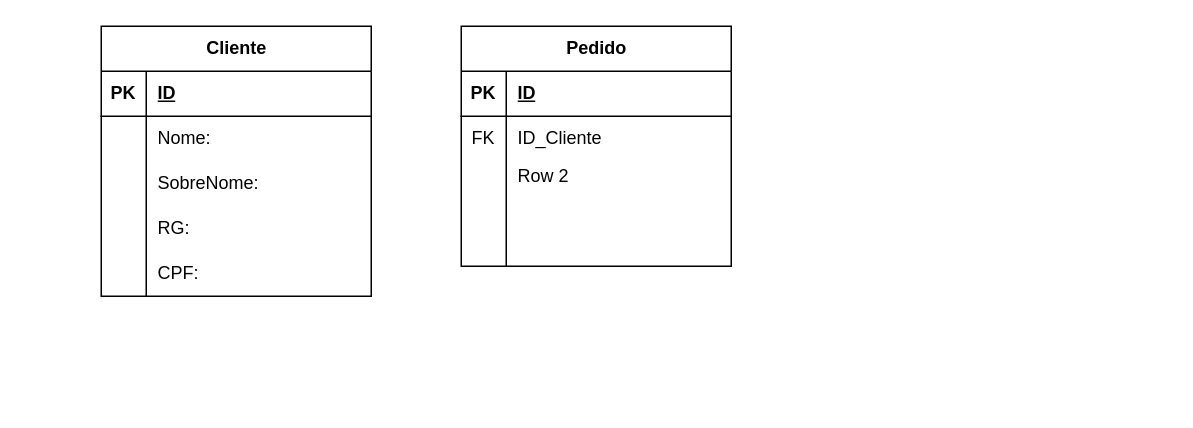
Rennque/teste keeps this draw.io diagram as Diagrama sem nome.drawio. Above is the earlier version. Source tidied: cells renumbered, new cells numbered last; positions are measured from the earlier drawing's top-left corner, leaving out a move shared by most shapes. Both pictures are drawn from the tidied source at 150%, with x=0, y=0 at pixel (100, 26).
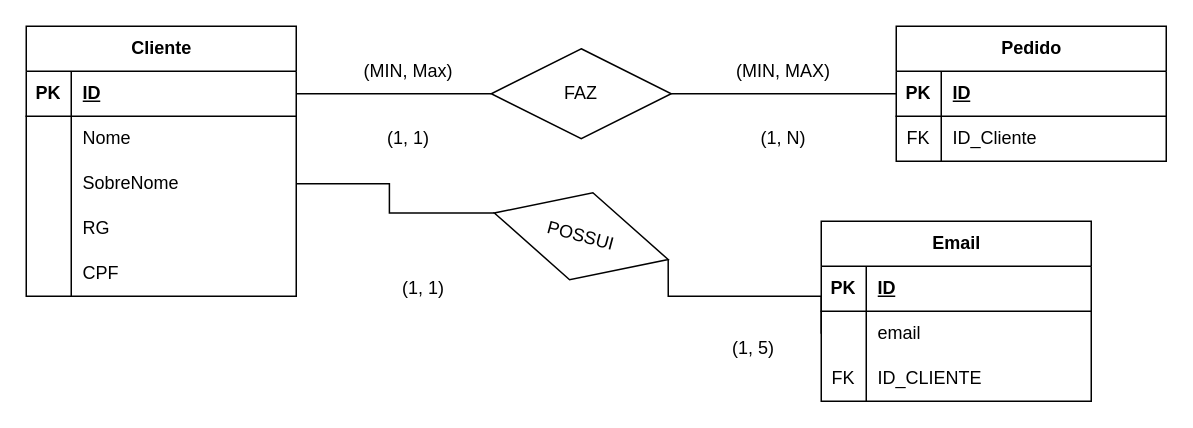
The same diagram, later.

The change refers to these unchanged cells:
```xml
<mxCell id="3" style="shape=tableRow;horizontal=0;startSize=0;swimlaneHead=0;swimlaneBody=0;fillColor=none;points=[[0,0.5],[1,0.5]];portConstraint=eastwest;top=0;left=0;right=0;bottom=1;" parent="2" vertex="1">
  <mxGeometry y="30" width="180" height="30" as="geometry" />
</mxCell>
<mxCell id="19" style="shape=tableRow;horizontal=0;startSize=0;swimlaneHead=0;swimlaneBody=0;fillColor=none;points=[[0,0.5],[1,0.5]];portConstraint=eastwest;top=0;left=0;right=0;bottom=1;" parent="18" vertex="1">
  <mxGeometry y="30" width="180" height="30" as="geometry" />
</mxCell>
<mxCell id="22" style="shape=tableRow;horizontal=0;startSize=0;swimlaneHead=0;swimlaneBody=0;fillColor=none;top=0;left=0;right=0;bottom=0;" parent="18" vertex="1">
  <mxGeometry y="60" width="180" height="30" as="geometry" />
</mxCell>
<mxCell id="25" style="shape=tableRow;horizontal=0;startSize=0;swimlaneHead=0;swimlaneBody=0;fillColor=none;points=[[0,0.5],[1,0.5]];portConstraint=eastwest;top=0;left=0;right=0;bottom=0;" parent="18" vertex="1">
  <mxGeometry y="90" width="180" height="30" as="geometry" />
</mxCell>
<mxCell id="28" style="shape=tableRow;horizontal=0;startSize=0;swimlaneHead=0;swimlaneBody=0;fillColor=none;top=0;left=0;right=0;bottom=0;" parent="18" vertex="1">
  <mxGeometry y="120" width="180" height="30" as="geometry" />
</mxCell>
<mxCell id="31" style="shape=tableRow;horizontal=0;startSize=0;swimlaneHead=0;swimlaneBody=0;fillColor=none;top=0;left=0;right=0;bottom=0;" parent="18" vertex="1">
  <mxGeometry y="150" width="180" height="30" as="geometry" />
</mxCell>
```

What changed in the source:
```diff
@@
     <mxCell id="2" value="Pedido" style="shape=table;startSize=30;childLayout=tableLayout;rowLines=0;fontStyle=1;align=center;html=1;" parent="1" vertex="1">
-      <mxGeometry x="240" width="180" height="160" as="geometry" />
+      <mxGeometry x="530" width="180" height="90" as="geometry" />
     </mxCell>
@@
-    <mxCell id="9" style="shape=tableRow;horizontal=0;startSize=0;swimlaneHead=0;swimlaneBody=0;fillColor=none;top=0;left=0;right=0;bottom=0;" parent="2" vertex="1">
-      <mxGeometry y="90" width="180" height="20" as="geometry" />
-    </mxCell>
-    <mxCell id="10" style="shape=partialRectangle;fillColor=none;top=0;left=0;bottom=0;right=0;overflow=hidden;whiteSpace=wrap;html=1;" parent="9" vertex="1">
-      <mxGeometry width="30" height="20" as="geometry" />
-    </mxCell>
-    <mxCell id="11" value="Row 2" style="shape=partialRectangle;fillColor=none;top=0;left=0;bottom=0;right=0;align=left;spacingLeft=6;overflow=hidden;whiteSpace=wrap;html=1;" parent="9" vertex="1">
-      <mxGeometry x="30" width="150" height="20" as="geometry" />
-    </mxCell>
-    <mxCell id="12" style="shape=tableRow;horizontal=0;startSize=0;swimlaneHead=0;swimlaneBody=0;fillColor=none;top=0;left=0;right=0;bottom=0;" parent="2" vertex="1">
-      <mxGeometry y="110" width="180" height="20" as="geometry" />
-    </mxCell>
-    <mxCell id="13" style="shape=partialRectangle;fillColor=none;top=0;left=0;bottom=0;right=0;overflow=hidden;whiteSpace=wrap;html=1;" parent="12" vertex="1">
-      <mxGeometry width="30" height="20" as="geometry" />
-    </mxCell>
-    <mxCell id="14" style="shape=partialRectangle;fillColor=none;top=0;left=0;bottom=0;right=0;align=left;spacingLeft=6;overflow=hidden;whiteSpace=wrap;html=1;" parent="12" vertex="1">
-      <mxGeometry x="30" width="150" height="20" as="geometry" />
-    </mxCell>
-    <mxCell id="15" style="shape=tableRow;horizontal=0;startSize=0;swimlaneHead=0;swimlaneBody=0;fillColor=none;top=0;left=0;right=0;bottom=0;" parent="2" vertex="1">
-      <mxGeometry y="130" width="180" height="30" as="geometry" />
-    </mxCell>
-    <mxCell id="16" style="shape=partialRectangle;fillColor=none;top=0;left=0;bottom=0;right=0;overflow=hidden;whiteSpace=wrap;html=1;" parent="15" vertex="1">
-      <mxGeometry width="30" height="30" as="geometry" />
-    </mxCell>
-    <mxCell id="17" style="shape=partialRectangle;fillColor=none;top=0;left=0;bottom=0;right=0;align=left;spacingLeft=6;overflow=hidden;whiteSpace=wrap;html=1;" parent="15" vertex="1">
-      <mxGeometry x="30" width="150" height="30" as="geometry" />
-    </mxCell>
     <mxCell id="18" value="Cliente" style="shape=table;startSize=30;childLayout=tableLayout;rowLines=0;fontStyle=1;align=center;html=1;" parent="1" vertex="1">
-      <mxGeometry width="180" height="180" as="geometry" />
+      <mxGeometry x="-50" width="180" height="180" as="geometry" />
     </mxCell>
@@
-    <mxCell id="24" value="Nome:" style="shape=partialRectangle;fillColor=none;top=0;left=0;bottom=0;right=0;align=left;spacingLeft=6;overflow=hidden;whiteSpace=wrap;html=1;" parent="22" vertex="1">
+    <mxCell id="24" value="Nome" style="shape=partialRectangle;fillColor=none;top=0;left=0;bottom=0;right=0;align=left;spacingLeft=6;overflow=hidden;whiteSpace=wrap;html=1;" parent="22" vertex="1">
       <mxGeometry x="30" width="150" height="30" as="geometry" />
     </mxCell>
@@
-    <mxCell id="27" value="SobreNome:" style="shape=partialRectangle;fillColor=none;top=0;left=0;bottom=0;right=0;align=left;spacingLeft=6;overflow=hidden;whiteSpace=wrap;html=1;" parent="25" vertex="1">
+    <mxCell id="27" value="SobreNome" style="shape=partialRectangle;fillColor=none;top=0;left=0;bottom=0;right=0;align=left;spacingLeft=6;overflow=hidden;whiteSpace=wrap;html=1;" parent="25" vertex="1">
       <mxGeometry x="30" width="150" height="30" as="geometry" />
     </mxCell>
@@
-    <mxCell id="30" value="RG:" style="shape=partialRectangle;fillColor=none;top=0;left=0;bottom=0;right=0;align=left;spacingLeft=6;overflow=hidden;whiteSpace=wrap;html=1;" parent="28" vertex="1">
+    <mxCell id="30" value="RG" style="shape=partialRectangle;fillColor=none;top=0;left=0;bottom=0;right=0;align=left;spacingLeft=6;overflow=hidden;whiteSpace=wrap;html=1;" parent="28" vertex="1">
       <mxGeometry x="30" width="150" height="30" as="geometry" />
     </mxCell>
@@
-    <mxCell id="33" value="CPF:" style="shape=partialRectangle;fillColor=none;top=0;left=0;bottom=0;right=0;align=left;spacingLeft=6;overflow=hidden;whiteSpace=wrap;html=1;" parent="31" vertex="1">
+    <mxCell id="33" value="CPF" style="shape=partialRectangle;fillColor=none;top=0;left=0;bottom=0;right=0;align=left;spacingLeft=6;overflow=hidden;whiteSpace=wrap;html=1;" parent="31" vertex="1">
       <mxGeometry x="30" width="150" height="30" as="geometry" />
     </mxCell>
+    <mxCell id="34" style="edgeStyle=orthogonalEdgeStyle;rounded=0;jettySize=auto;html=1;endArrow=none;endFill=0;" parent="1" edge="1" source="35" target="3">
+      <mxGeometry relative="1" as="geometry" />
+    </mxCell>
+    <mxCell id="35" value="FAZ" style="shape=rhombus;perimeter=rhombusPerimeter;whiteSpace=wrap;html=1;align=center;" parent="1" vertex="1">
+      <mxGeometry x="260" y="15" width="120" height="60" as="geometry" />
+    </mxCell>
+    <mxCell id="36" style="edgeStyle=orthogonalEdgeStyle;rounded=0;jettySize=auto;html=1;entryX=0;entryY=0.5;entryDx=0;entryDy=0;endArrow=none;endFill=0;" parent="1" edge="1" source="19" target="35">
+      <mxGeometry relative="1" as="geometry" />
+    </mxCell>
+    <mxCell id="37" value="(MIN, Max)" style="text;html=1;strokeColor=none;fillColor=none;align=center;verticalAlign=middle;whiteSpace=wrap;rounded=0;" parent="1" vertex="1">
+      <mxGeometry x="170" y="15" width="70" height="30" as="geometry" />
+    </mxCell>
+    <mxCell id="38" value="(MIN, MAX)" style="text;html=1;strokeColor=none;fillColor=none;align=center;verticalAlign=middle;whiteSpace=wrap;rounded=0;" parent="1" vertex="1">
+      <mxGeometry x="420" y="15" width="70" height="30" as="geometry" />
+    </mxCell>
+    <mxCell id="39" value="(1, 1)" style="text;html=1;strokeColor=none;fillColor=none;align=center;verticalAlign=middle;whiteSpace=wrap;rounded=0;" parent="1" vertex="1">
+      <mxGeometry x="170" y="60" width="70" height="30" as="geometry" />
+    </mxCell>
+    <mxCell id="40" value="(1, N)" style="text;html=1;strokeColor=none;fillColor=none;align=center;verticalAlign=middle;whiteSpace=wrap;rounded=0;" parent="1" vertex="1">
+      <mxGeometry x="420" y="60" width="70" height="30" as="geometry" />
+    </mxCell>
+    <mxCell id="41" value="Email" style="shape=table;startSize=30;childLayout=tableLayout;rowLines=0;fontStyle=1;align=center;html=1;" parent="1" vertex="1">
+      <mxGeometry x="480" y="130" width="180" height="120" as="geometry" />
+    </mxCell>
+    <mxCell id="42" style="shape=tableRow;horizontal=0;startSize=0;swimlaneHead=0;swimlaneBody=0;fillColor=none;top=0;left=0;right=0;bottom=1;" parent="41" vertex="1">
+      <mxGeometry y="30" width="180" height="30" as="geometry" />
+    </mxCell>
+    <mxCell id="43" value="PK" style="shape=partialRectangle;fillColor=none;top=0;left=0;bottom=0;right=0;fontStyle=1;overflow=hidden;whiteSpace=wrap;html=1;" parent="42" vertex="1">
+      <mxGeometry width="30" height="30" as="geometry" />
+    </mxCell>
+    <mxCell id="44" value="ID" style="shape=partialRectangle;fillColor=none;top=0;left=0;bottom=0;right=0;align=left;spacingLeft=6;fontStyle=5;overflow=hidden;whiteSpace=wrap;html=1;" parent="42" vertex="1">
+      <mxGeometry x="30" width="150" height="30" as="geometry" />
+    </mxCell>
+    <mxCell id="45" style="shape=tableRow;horizontal=0;startSize=0;swimlaneHead=0;swimlaneBody=0;fillColor=none;points=[[0,0.5],[1,0.5]];portConstraint=eastwest;top=0;left=0;right=0;bottom=0;" parent="41" vertex="1">
+      <mxGeometry y="60" width="180" height="30" as="geometry" />
+    </mxCell>
+    <mxCell id="16" style="shape=partialRectangle;fillColor=none;top=0;left=0;bottom=0;right=0;overflow=hidden;whiteSpace=wrap;html=1;" parent="45" vertex="1">
+      <mxGeometry width="30" height="30" as="geometry" />
+    </mxCell>
+    <mxCell id="46" value="email" style="shape=partialRectangle;fillColor=none;top=0;left=0;bottom=0;right=0;align=left;spacingLeft=6;overflow=hidden;whiteSpace=wrap;html=1;" parent="45" vertex="1">
+      <mxGeometry x="30" width="150" height="30" as="geometry" />
+    </mxCell>
+    <mxCell id="47" style="shape=tableRow;horizontal=0;startSize=0;swimlaneHead=0;swimlaneBody=0;fillColor=none;top=0;left=0;right=0;bottom=0;" parent="41" vertex="1">
+      <mxGeometry y="90" width="180" height="30" as="geometry" />
+    </mxCell>
+    <mxCell id="48" value="FK" style="shape=partialRectangle;fillColor=none;top=0;left=0;bottom=0;right=0;overflow=hidden;whiteSpace=wrap;html=1;" parent="47" vertex="1">
+      <mxGeometry width="30" height="30" as="geometry" />
+    </mxCell>
+    <mxCell id="49" value="ID_CLIENTE" style="shape=partialRectangle;fillColor=none;top=0;left=0;bottom=0;right=0;align=left;spacingLeft=6;overflow=hidden;whiteSpace=wrap;html=1;" parent="47" vertex="1">
+      <mxGeometry x="30" width="150" height="30" as="geometry" />
+    </mxCell>
+    <mxCell id="50" style="edgeStyle=orthogonalEdgeStyle;rounded=0;jettySize=auto;html=1;exitX=1;exitY=0.5;exitDx=0;exitDy=0;endArrow=none;endFill=0;entryX=0;entryY=0.5;entryDx=0;entryDy=0;" parent="1" edge="1" source="51" target="45">
+      <mxGeometry relative="1" as="geometry">
+        <Array as="points">
+          <mxPoint x="378" y="180" />
+          <mxPoint x="480" y="180" />
+        </Array>
+      </mxGeometry>
+    </mxCell>
+    <mxCell id="51" value="POSSUI" style="shape=rhombus;perimeter=rhombusPerimeter;whiteSpace=wrap;html=1;align=center;rotation=15;direction=east;" parent="1" vertex="1">
+      <mxGeometry x="260" y="110" width="120" height="60" as="geometry" />
+    </mxCell>
+    <mxCell id="52" value="(1, 1)" style="text;html=1;strokeColor=none;fillColor=none;align=center;verticalAlign=middle;whiteSpace=wrap;rounded=0;" parent="1" vertex="1">
+      <mxGeometry x="180" y="160" width="70" height="30" as="geometry" />
+    </mxCell>
+    <mxCell id="53" value="(1, 5)" style="text;html=1;strokeColor=none;fillColor=none;align=center;verticalAlign=middle;whiteSpace=wrap;rounded=0;" parent="1" vertex="1">
+      <mxGeometry x="400" y="200" width="70" height="30" as="geometry" />
+    </mxCell>
+    <mxCell id="54" style="edgeStyle=orthogonalEdgeStyle;rounded=0;jettySize=auto;html=1;entryX=0;entryY=0.5;entryDx=0;entryDy=0;endArrow=none;endFill=0;" parent="1" edge="1" source="25" target="51">
+      <mxGeometry relative="1" as="geometry" />
+    </mxCell>
```
